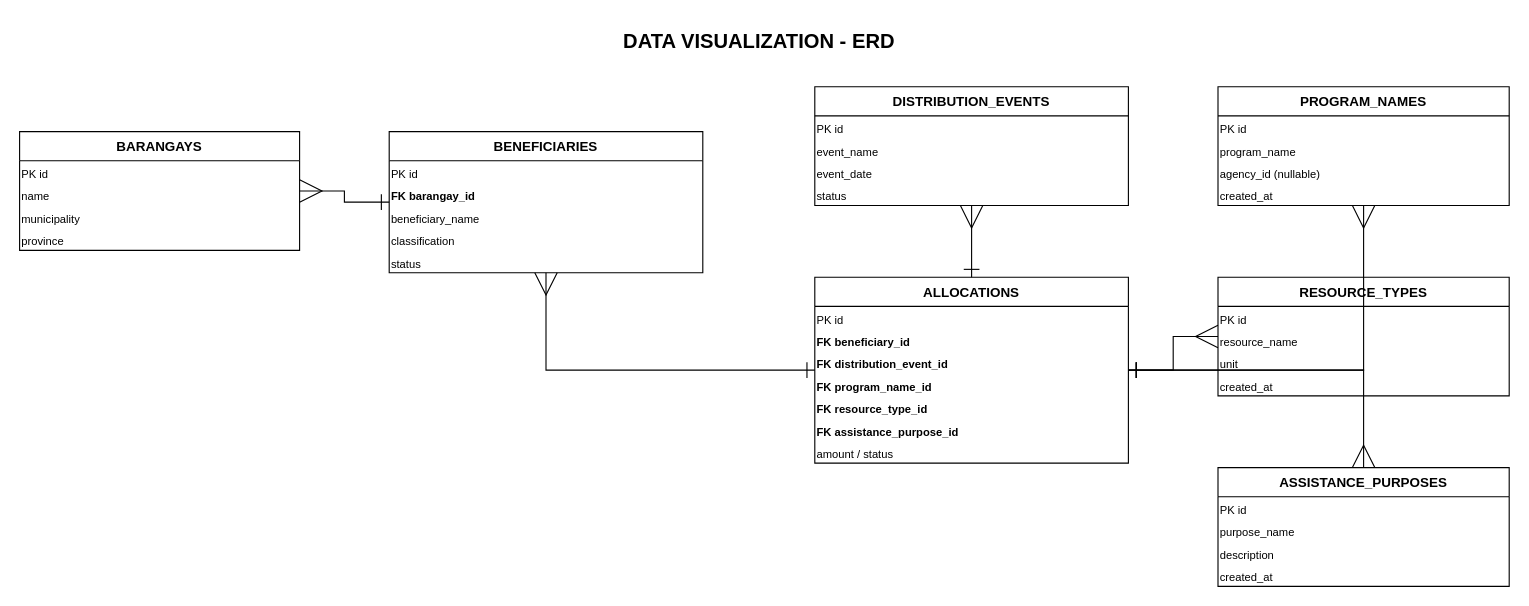
This is ERD_Diagrams_Drawio/03_Data_Visualization_ERD.drawio from tin-tin113/ffprams, a draw.io file, before an edit. Source tidied: cells renumbered, new cells numbered last; positions are measured from the earlier drawing's top-left corner, leaving out a move shared by most shapes. Both pictures are drawn from the tidied source at 112%, with x=0, y=0 at pixel (19, 19).
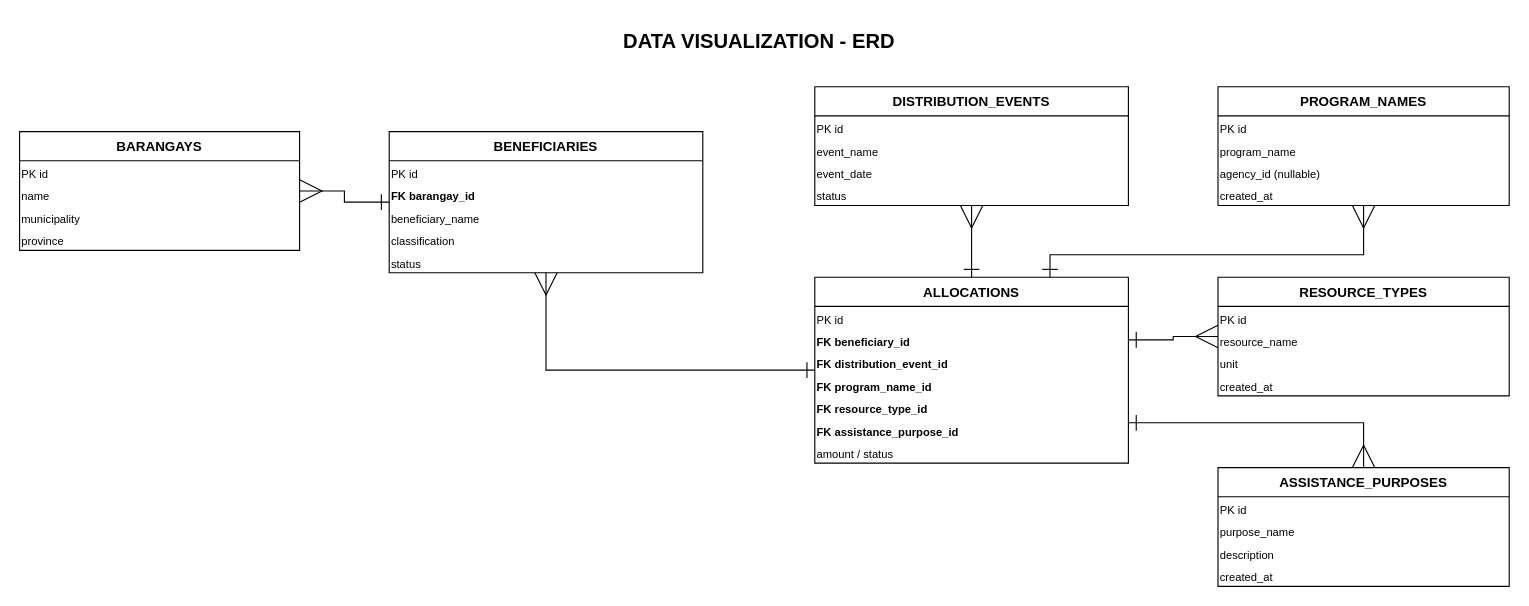
The same diagram, later.

The change refers to these unchanged cells:
```xml
<mxCell id="19" value="PROGRAM_NAMES" style="swimlane;fontStyle=1;horizontal=1;startSize=26;fillColor=none;" parent="1" vertex="1">
  <mxGeometry x="1070" y="60" width="260" height="106" as="geometry" />
</mxCell>
<mxCell id="24" value="RESOURCE_TYPES" style="swimlane;fontStyle=1;horizontal=1;startSize=26;fillColor=none;" parent="1" vertex="1">
  <mxGeometry x="1070" y="230" width="260" height="106" as="geometry" />
</mxCell>
<mxCell id="29" value="ASSISTANCE_PURPOSES" style="swimlane;fontStyle=1;horizontal=1;startSize=26;fillColor=none;" parent="1" vertex="1">
  <mxGeometry x="1070" y="400" width="260" height="106" as="geometry" />
</mxCell>
<mxCell id="34" value="ALLOCATIONS" style="swimlane;fontStyle=1;horizontal=1;startSize=26;fillColor=none;" parent="1" vertex="1">
  <mxGeometry x="710" y="230" width="280" height="166" as="geometry" />
</mxCell>
<mxCell id="36" value="FK beneficiary_id" style="text;strokeColor=none;fillColor=none;align=left;fontSize=10;fontStyle=1;" parent="34" vertex="1">
  <mxGeometry y="46" width="280" height="20" as="geometry" />
</mxCell>
```

The edit, as a diff of the source:
```diff
@@
-    <mxCell id="45" style="edgeStyle=orthogonalEdgeStyle;rounded=0;html=1;strokeColor=#000000;startArrow=ERone;endArrow=ERmany;startFill=0;endFill=0;startSize=12;endSize=18;" parent="1" edge="1" source="34" target="19">
-      <mxGeometry relative="1" as="geometry" />
+    <mxCell id="45" style="edgeStyle=orthogonalEdgeStyle;rounded=0;html=1;strokeColor=#000000;startArrow=ERone;endArrow=ERmany;startFill=0;endFill=0;startSize=12;endSize=18;exitX=0.75;exitY=0;exitDx=0;exitDy=0;" parent="1" edge="1" source="34" target="19">
+      <mxGeometry relative="1" as="geometry">
+        <Array as="points">
+          <mxPoint x="920" y="210" />
+          <mxPoint x="1200" y="210" />
+        </Array>
+      </mxGeometry>
     </mxCell>
-    <mxCell id="46" style="edgeStyle=orthogonalEdgeStyle;rounded=0;html=1;strokeColor=#000000;startArrow=ERone;endArrow=ERmany;startFill=0;endFill=0;startSize=12;endSize=18;" parent="1" edge="1" source="34" target="24">
+    <mxCell id="46" style="edgeStyle=orthogonalEdgeStyle;rounded=0;html=1;strokeColor=#000000;startArrow=ERone;endArrow=ERmany;startFill=0;endFill=0;startSize=12;endSize=18;exitX=1;exitY=0.5;exitDx=0;exitDy=0;" parent="1" edge="1" source="36" target="24">
       <mxGeometry relative="1" as="geometry" />
     </mxCell>
     <mxCell id="47" style="edgeStyle=orthogonalEdgeStyle;rounded=0;html=1;strokeColor=#000000;startArrow=ERone;endArrow=ERmany;startFill=0;endFill=0;startSize=12;endSize=18;" parent="1" edge="1" source="34" target="29">
-      <mxGeometry relative="1" as="geometry" />
+      <mxGeometry relative="1" as="geometry">
+        <Array as="points">
+          <mxPoint x="1200" y="360" />
+        </Array>
+      </mxGeometry>
     </mxCell>
```
